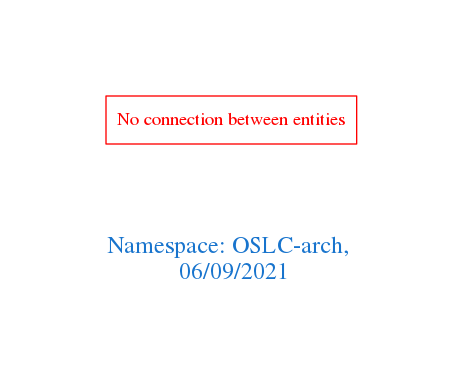
Before: downloads/OSLC-arch.png, a diagram exported from Graphviz (arago/OGIT). Its source is kept beside it as downloads/OSLC-arch.dot.
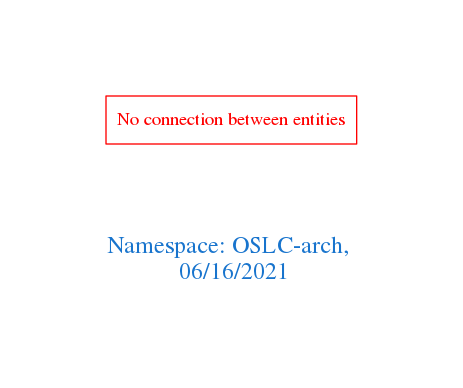
Above is the later version.

Diff of the diagram source:
```diff
@@ -1,7 +1,7 @@
 digraph OGIT_ontology {
  graph [ rankdir= LR,pad=1
 fontsize = 18,
-fontcolor= dodgerblue3,label = "\n\n\nNamespace: OSLC-arch, \n 06/09/2021"];
+fontcolor= dodgerblue3,label = "\n\n\nNamespace: OSLC-arch, \n 06/16/2021"];
 node[shape=polygon];
 edge [  color="gray81"];
 
```
